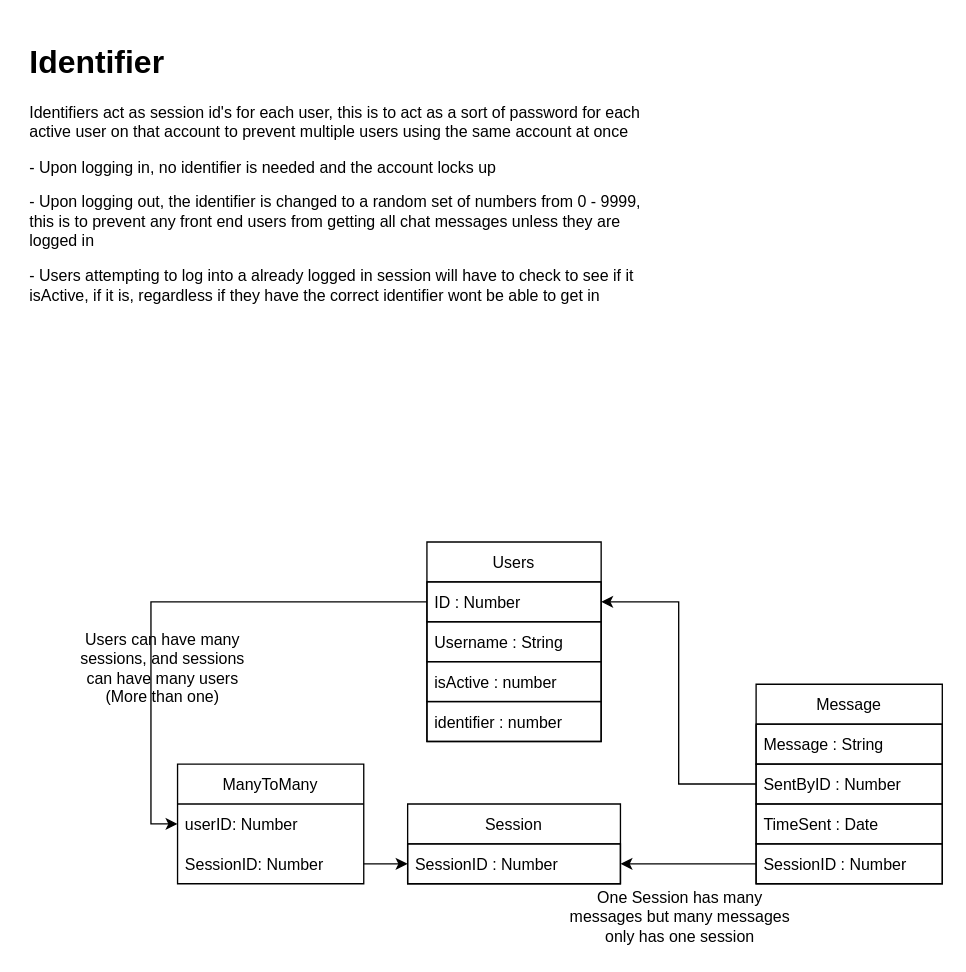
Earlier version of the draw.io diagram ChatEngine-API/planner.drawio (DavidDawood/ChatEngine-API). Source tidied: cells renumbered, new cells numbered last; positions are measured from the earlier drawing's top-left corner, leaving out a move shared by most shapes. Both pictures are drawn from the tidied source at 133%, with x=0, y=0 at pixel (23, 36).
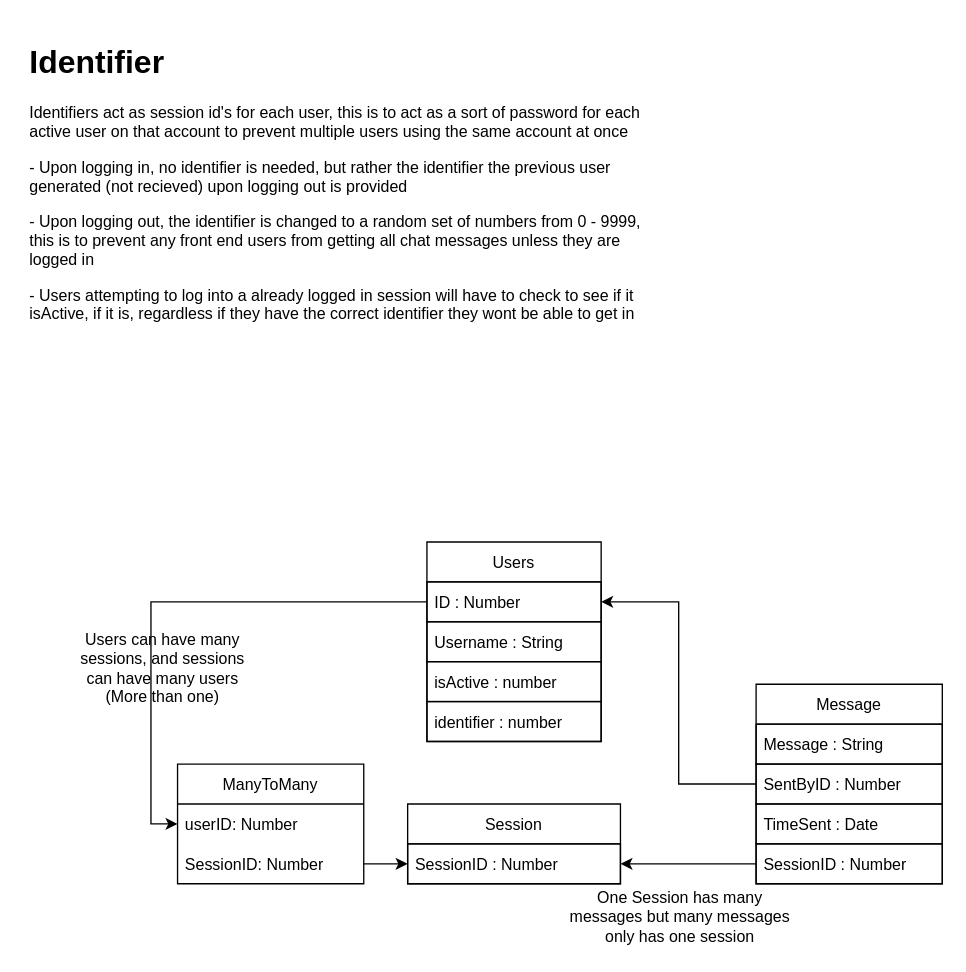
The same page after the edit.

Commit message (it also covers changes not shown here):
Merged create and login user together

Diff of the diagram source:
```diff
@@
-    <mxCell id="23" value="&lt;h1&gt;Identifier&lt;/h1&gt;&lt;p&gt;Identifiers act as session id's for each user, this is to act as a sort of password for each active user on that account to prevent multiple users using the same account at once&lt;/p&gt;&lt;p&gt;- Upon logging in, no identifier is needed and the account locks up&lt;/p&gt;&lt;p&gt;- Upon logging out, the identifier is changed to a random set of numbers from 0 - 9999, this is to prevent any front end users from getting all chat messages unless they are logged in&lt;/p&gt;&lt;p&gt;- Users attempting to log into a already logged in session will have to check to see if it isActive, if it is, regardless if they have the correct identifier wont be able to get in&lt;/p&gt;" style="text;html=1;strokeColor=none;fillColor=none;spacing=5;spacingTop=-20;whiteSpace=wrap;overflow=hidden;rounded=0;" parent="1" vertex="1">
+    <mxCell id="23" value="&lt;h1&gt;Identifier&lt;/h1&gt;&lt;p&gt;Identifiers act as session id's for each user, this is to act as a sort of password for each active user on that account to prevent multiple users using the same account at once&lt;/p&gt;&lt;p&gt;- Upon logging in, no identifier is needed, but rather the identifier the previous user generated (not recieved) upon logging out is provided&lt;/p&gt;&lt;p&gt;- Upon logging out, the identifier is changed to a random set of numbers from 0 - 9999, this is to prevent any front end users from getting all chat messages unless they are logged in&lt;/p&gt;&lt;p&gt;- Users attempting to log into a already logged in session will have to check to see if it isActive, if it is, regardless if they have the correct identifier they wont be able to get in&lt;/p&gt;" style="text;html=1;strokeColor=none;fillColor=none;spacing=5;spacingTop=-20;whiteSpace=wrap;overflow=hidden;rounded=0;" parent="1" vertex="1">
       <mxGeometry width="470" height="330" as="geometry" />
     </mxCell>
```
